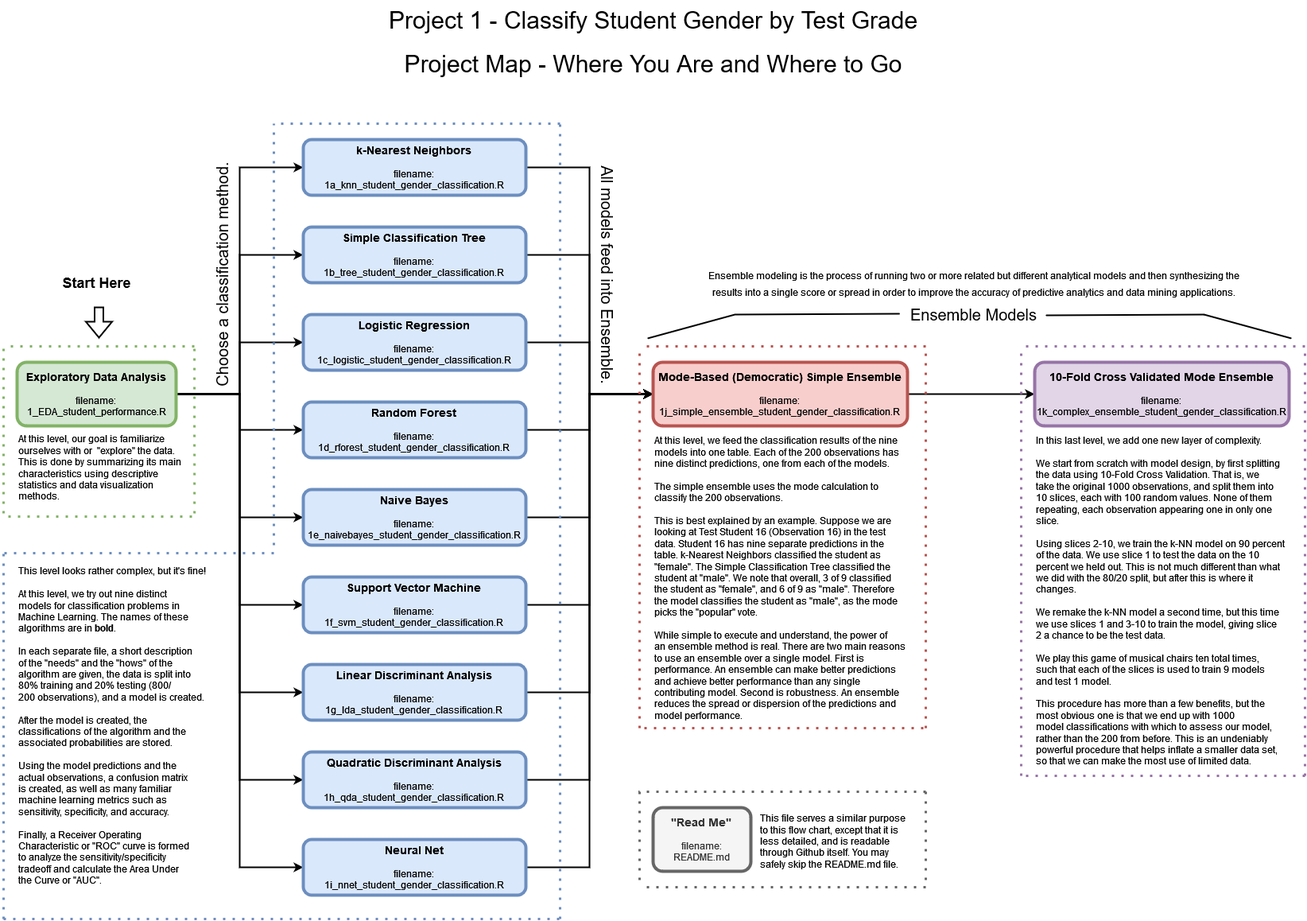
This is Project 1 - Classify Gender by Test Grade - Synthetic/Project_1.drawio.png from bstevens00/Data-Science-Portfolio, a draw.io export, as it was before one commit. Source tidied: cells renumbered, new cells last; positions are measured from the earlier drawing's top-left corner, leaving out a move shared by most shapes.
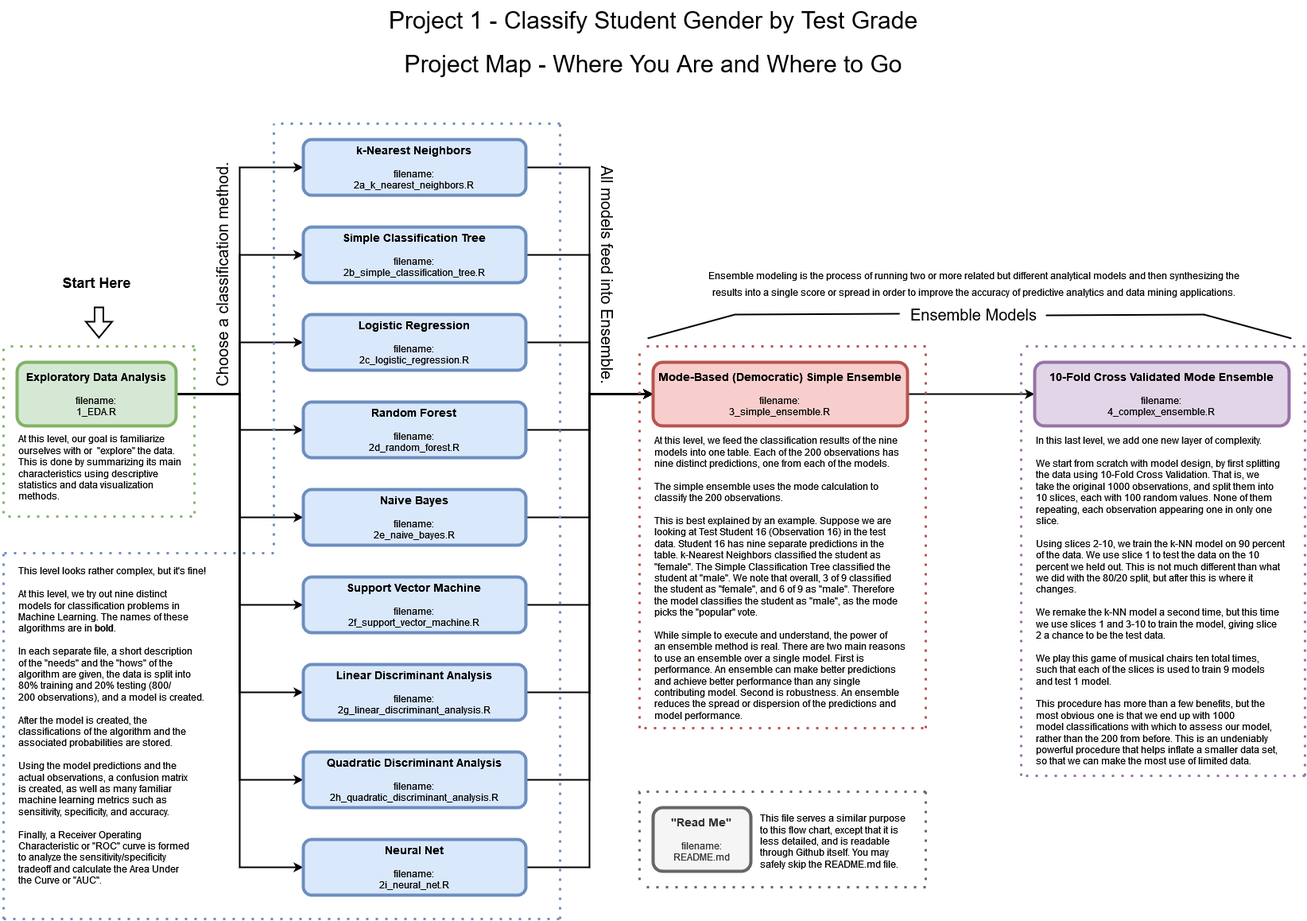
The same file after the commit.

The edit, as a diff of the source:
```diff
@@ -35,25 +35,25 @@
     <mxCell id="12" style="edgeStyle=orthogonalEdgeStyle;rounded=0;jettySize=auto;html=1;exitX=1;exitY=0.5;exitDx=0;exitDy=0;entryX=0;entryY=0.5;entryDx=0;entryDy=0;fontSize=20;strokeWidth=2;" parent="1" edge="1" source="13" target="32">
       <mxGeometry relative="1" as="geometry" />
     </mxCell>
-    <mxCell id="13" value="&lt;div style=&quot;font-size: 12px;&quot;&gt;&lt;b&gt;&lt;font style=&quot;font-size: 14px;&quot;&gt;Exploratory Data Analysis&lt;/font&gt;&lt;/b&gt;&lt;/div&gt;&lt;div style=&quot;font-size: 12px;&quot;&gt;&lt;br&gt;&lt;/div&gt;&lt;div style=&quot;font-size: 12px;&quot;&gt;filename: &lt;br&gt;&lt;/div&gt;&lt;div style=&quot;font-size: 12px;&quot;&gt;1_EDA_student_performance.R&lt;/div&gt;" style="rounded=1;whiteSpace=wrap;html=1;fontSize=12;strokeColor=#82b366;strokeWidth=4;fillColor=#d5e8d4;" parent="1" vertex="1">
+    <mxCell id="13" value="&lt;div style=&quot;font-size: 12px;&quot;&gt;&lt;b&gt;&lt;font style=&quot;font-size: 14px;&quot;&gt;Exploratory Data Analysis&lt;/font&gt;&lt;/b&gt;&lt;/div&gt;&lt;div style=&quot;font-size: 12px;&quot;&gt;&lt;br&gt;&lt;/div&gt;&lt;div style=&quot;font-size: 12px;&quot;&gt;filename: &lt;br&gt;&lt;/div&gt;&lt;div style=&quot;font-size: 12px;&quot;&gt;1_EDA.R&lt;/div&gt;" style="rounded=1;whiteSpace=wrap;html=1;fontSize=12;strokeColor=#82b366;strokeWidth=4;fillColor=#d5e8d4;" parent="1" vertex="1">
       <mxGeometry x="20" y="455" width="200" height="80" as="geometry" />
     </mxCell>
     <mxCell id="14" style="edgeStyle=orthogonalEdgeStyle;rounded=0;jettySize=auto;html=1;exitX=1;exitY=0.5;exitDx=0;exitDy=0;entryX=0;entryY=0.5;entryDx=0;entryDy=0;fontSize=20;strokeWidth=2;" parent="1" edge="1" source="15" target="34">
       <mxGeometry relative="1" as="geometry" />
     </mxCell>
-    <mxCell id="15" value="&lt;div style=&quot;font-size: 12px;&quot;&gt;&lt;b&gt;&lt;font style=&quot;font-size: 14px;&quot;&gt;k-Nearest Neighbors&lt;br&gt;&lt;/font&gt;&lt;/b&gt;&lt;/div&gt;&lt;div style=&quot;font-size: 12px;&quot;&gt;&lt;br&gt;&lt;/div&gt;&lt;div style=&quot;font-size: 12px;&quot;&gt;filename: &lt;br&gt;&lt;/div&gt;&lt;div style=&quot;font-size: 12px;&quot;&gt;1a_knn_student_gender_classification.R&lt;br&gt;&lt;/div&gt;" style="rounded=1;whiteSpace=wrap;html=1;fontSize=12;strokeColor=#6C8EBF;strokeWidth=4;fillColor=#DAE8FC;" parent="1" vertex="1">
+    <mxCell id="15" value="&lt;div style=&quot;font-size: 12px;&quot;&gt;&lt;b&gt;&lt;font style=&quot;font-size: 14px;&quot;&gt;k-Nearest Neighbors&lt;br&gt;&lt;/font&gt;&lt;/b&gt;&lt;/div&gt;&lt;div style=&quot;font-size: 12px;&quot;&gt;&lt;br&gt;&lt;/div&gt;&lt;div style=&quot;font-size: 12px;&quot;&gt;filename: &lt;br&gt;&lt;/div&gt;&lt;div style=&quot;font-size: 12px;&quot;&gt;2a_k_nearest_neighbors.R&lt;br&gt;&lt;/div&gt;" style="rounded=1;whiteSpace=wrap;html=1;fontSize=12;strokeColor=#6C8EBF;strokeWidth=4;fillColor=#DAE8FC;" parent="1" vertex="1">
       <mxGeometry x="380" y="175" width="280" height="70" as="geometry" />
     </mxCell>
     <mxCell id="16" style="edgeStyle=orthogonalEdgeStyle;rounded=0;jettySize=auto;html=1;exitX=1;exitY=0.5;exitDx=0;exitDy=0;entryX=0;entryY=0.5;entryDx=0;entryDy=0;fontSize=20;strokeWidth=2;" parent="1" edge="1" source="17" target="34">
       <mxGeometry relative="1" as="geometry" />
     </mxCell>
-    <mxCell id="17" value="&lt;div style=&quot;font-size: 12px;&quot;&gt;&lt;b&gt;&lt;font style=&quot;font-size: 14px;&quot;&gt;Simple Classification Tree&lt;br&gt;&lt;/font&gt;&lt;/b&gt;&lt;/div&gt;&lt;div style=&quot;font-size: 12px;&quot;&gt;&lt;br&gt;&lt;/div&gt;&lt;div style=&quot;font-size: 12px;&quot;&gt;filename: &lt;br&gt;&lt;/div&gt;&lt;div style=&quot;font-size: 12px;&quot;&gt;1b_tree_student_gender_classification.R&lt;br&gt;&lt;/div&gt;" style="rounded=1;whiteSpace=wrap;html=1;fontSize=12;strokeColor=#6C8EBF;strokeWidth=4;fillColor=#DAE8FC;" parent="1" vertex="1">
+    <mxCell id="17" value="&lt;div style=&quot;font-size: 12px;&quot;&gt;&lt;b&gt;&lt;font style=&quot;font-size: 14px;&quot;&gt;Simple Classification Tree&lt;br&gt;&lt;/font&gt;&lt;/b&gt;&lt;/div&gt;&lt;div style=&quot;font-size: 12px;&quot;&gt;&lt;br&gt;&lt;/div&gt;&lt;div style=&quot;font-size: 12px;&quot;&gt;filename: &lt;br&gt;&lt;/div&gt;&lt;div style=&quot;font-size: 12px;&quot;&gt;2b_simple_classification_tree.R&lt;br&gt;&lt;/div&gt;" style="rounded=1;whiteSpace=wrap;html=1;fontSize=12;strokeColor=#6C8EBF;strokeWidth=4;fillColor=#DAE8FC;" parent="1" vertex="1">
       <mxGeometry x="380" y="285" width="280" height="70" as="geometry" />
     </mxCell>
     <mxCell id="18" style="edgeStyle=orthogonalEdgeStyle;rounded=0;jettySize=auto;html=1;exitX=1;exitY=0.5;exitDx=0;exitDy=0;fontSize=20;strokeWidth=2;" parent="1" edge="1" source="19" target="34">
       <mxGeometry relative="1" as="geometry" />
     </mxCell>
-    <mxCell id="19" value="&lt;div style=&quot;font-size: 12px;&quot;&gt;&lt;b&gt;&lt;font style=&quot;font-size: 14px;&quot;&gt;Logistic Regression&lt;br&gt;&lt;/font&gt;&lt;/b&gt;&lt;/div&gt;&lt;div style=&quot;font-size: 12px;&quot;&gt;&lt;br&gt;&lt;/div&gt;&lt;div style=&quot;font-size: 12px;&quot;&gt;filename: &lt;br&gt;&lt;/div&gt;&lt;div style=&quot;font-size: 12px;&quot;&gt;1c_logistic_student_gender_classification.R&lt;br&gt;&lt;/div&gt;" style="rounded=1;whiteSpace=wrap;html=1;fontSize=12;strokeColor=#6C8EBF;strokeWidth=4;fillColor=#DAE8FC;" parent="1" vertex="1">
+    <mxCell id="19" value="&lt;div style=&quot;font-size: 12px;&quot;&gt;&lt;b&gt;&lt;font style=&quot;font-size: 14px;&quot;&gt;Logistic Regression&lt;br&gt;&lt;/font&gt;&lt;/b&gt;&lt;/div&gt;&lt;div style=&quot;font-size: 12px;&quot;&gt;&lt;br&gt;&lt;/div&gt;&lt;div style=&quot;font-size: 12px;&quot;&gt;filename: &lt;br&gt;&lt;/div&gt;&lt;div style=&quot;font-size: 12px;&quot;&gt;2c_logistic_regression.R&lt;br&gt;&lt;/div&gt;" style="rounded=1;whiteSpace=wrap;html=1;fontSize=12;strokeColor=#6C8EBF;strokeWidth=4;fillColor=#DAE8FC;" parent="1" vertex="1">
       <mxGeometry x="380" y="395" width="280" height="70" as="geometry" />
     </mxCell>
     <mxCell id="20" style="edgeStyle=orthogonalEdgeStyle;rounded=0;jettySize=auto;html=1;exitX=1;exitY=0.5;exitDx=0;exitDy=0;fontSize=20;strokeWidth=2;" parent="1" edge="1" source="21">
@@ -65,13 +65,13 @@
         </Array>
       </mxGeometry>
     </mxCell>
-    <mxCell id="21" value="&lt;div style=&quot;font-size: 12px;&quot;&gt;&lt;b&gt;&lt;font style=&quot;font-size: 14px;&quot;&gt;Random Forest&lt;br&gt;&lt;/font&gt;&lt;/b&gt;&lt;/div&gt;&lt;div style=&quot;font-size: 12px;&quot;&gt;&lt;br&gt;&lt;/div&gt;&lt;div style=&quot;font-size: 12px;&quot;&gt;filename: &lt;br&gt;&lt;/div&gt;&lt;div style=&quot;font-size: 12px;&quot;&gt;1d_rforest_student_gender_classification.R&lt;br&gt;&lt;/div&gt;" style="rounded=1;whiteSpace=wrap;html=1;fontSize=12;strokeColor=#6C8EBF;strokeWidth=4;fillColor=#DAE8FC;" parent="1" vertex="1">
+    <mxCell id="21" value="&lt;div style=&quot;font-size: 12px;&quot;&gt;&lt;b&gt;&lt;font style=&quot;font-size: 14px;&quot;&gt;Random Forest&lt;br&gt;&lt;/font&gt;&lt;/b&gt;&lt;/div&gt;&lt;div style=&quot;font-size: 12px;&quot;&gt;&lt;br&gt;&lt;/div&gt;&lt;div style=&quot;font-size: 12px;&quot;&gt;filename: &lt;br&gt;&lt;/div&gt;&lt;div style=&quot;font-size: 12px;&quot;&gt;2d_random_forest.R&lt;br&gt;&lt;/div&gt;" style="rounded=1;whiteSpace=wrap;html=1;fontSize=12;strokeColor=#6C8EBF;strokeWidth=4;fillColor=#DAE8FC;" parent="1" vertex="1">
       <mxGeometry x="380" y="505" width="280" height="70" as="geometry" />
     </mxCell>
     <mxCell id="22" style="edgeStyle=orthogonalEdgeStyle;rounded=0;jettySize=auto;html=1;exitX=1;exitY=0.5;exitDx=0;exitDy=0;entryX=0;entryY=0.5;entryDx=0;entryDy=0;fontSize=20;strokeWidth=2;" parent="1" edge="1" source="23" target="34">
       <mxGeometry relative="1" as="geometry" />
     </mxCell>
-    <mxCell id="23" value="&lt;div style=&quot;font-size: 12px;&quot;&gt;&lt;b&gt;&lt;font style=&quot;font-size: 14px;&quot;&gt;Naive Bayes&lt;br&gt;&lt;/font&gt;&lt;/b&gt;&lt;/div&gt;&lt;div style=&quot;font-size: 12px;&quot;&gt;&lt;br&gt;&lt;/div&gt;&lt;div style=&quot;font-size: 12px;&quot;&gt;filename: &lt;br&gt;&lt;/div&gt;&lt;div style=&quot;font-size: 12px;&quot;&gt;1e_naivebayes_student_gender_classification.R&lt;br&gt;&lt;/div&gt;" style="rounded=1;whiteSpace=wrap;html=1;fontSize=12;strokeColor=#6C8EBF;strokeWidth=4;fillColor=#DAE8FC;" parent="1" vertex="1">
+    <mxCell id="23" value="&lt;div style=&quot;font-size: 12px;&quot;&gt;&lt;b&gt;&lt;font style=&quot;font-size: 14px;&quot;&gt;Naive Bayes&lt;br&gt;&lt;/font&gt;&lt;/b&gt;&lt;/div&gt;&lt;div style=&quot;font-size: 12px;&quot;&gt;&lt;br&gt;&lt;/div&gt;&lt;div style=&quot;font-size: 12px;&quot;&gt;filename: &lt;br&gt;&lt;/div&gt;&lt;div style=&quot;font-size: 12px;&quot;&gt;2e_naive_bayes.R&lt;br&gt;&lt;/div&gt;" style="rounded=1;whiteSpace=wrap;html=1;fontSize=12;strokeColor=#6C8EBF;strokeWidth=4;fillColor=#DAE8FC;" parent="1" vertex="1">
       <mxGeometry x="380" y="615" width="280" height="70" as="geometry" />
     </mxCell>
     <mxCell id="24" style="edgeStyle=orthogonalEdgeStyle;rounded=0;jettySize=auto;html=1;exitX=1;exitY=0.5;exitDx=0;exitDy=0;fontSize=20;strokeWidth=2;" parent="1" edge="1" source="25">
@@ -83,13 +83,13 @@
         </Array>
       </mxGeometry>
     </mxCell>
-    <mxCell id="25" value="&lt;div style=&quot;font-size: 12px;&quot;&gt;&lt;b&gt;&lt;font style=&quot;font-size: 14px;&quot;&gt;Support Vector Machine&lt;br&gt;&lt;/font&gt;&lt;/b&gt;&lt;/div&gt;&lt;div style=&quot;font-size: 12px;&quot;&gt;&lt;br&gt;&lt;/div&gt;&lt;div style=&quot;font-size: 12px;&quot;&gt;filename: &lt;br&gt;&lt;/div&gt;&lt;div style=&quot;font-size: 12px;&quot;&gt;1f_svm_student_gender_classification.R&lt;br&gt;&lt;/div&gt;" style="rounded=1;whiteSpace=wrap;html=1;fontSize=12;strokeColor=#6C8EBF;strokeWidth=4;fillColor=#DAE8FC;" parent="1" vertex="1">
+    <mxCell id="25" value="&lt;div style=&quot;font-size: 12px;&quot;&gt;&lt;b&gt;&lt;font style=&quot;font-size: 14px;&quot;&gt;Support Vector Machine&lt;br&gt;&lt;/font&gt;&lt;/b&gt;&lt;/div&gt;&lt;div style=&quot;font-size: 12px;&quot;&gt;&lt;br&gt;&lt;/div&gt;&lt;div style=&quot;font-size: 12px;&quot;&gt;filename: &lt;br&gt;&lt;/div&gt;&lt;div style=&quot;font-size: 12px;&quot;&gt;2f_support_vector_machine.R&lt;br&gt;&lt;/div&gt;" style="rounded=1;whiteSpace=wrap;html=1;fontSize=12;strokeColor=#6C8EBF;strokeWidth=4;fillColor=#DAE8FC;" parent="1" vertex="1">
       <mxGeometry x="380" y="725" width="280" height="70" as="geometry" />
     </mxCell>
     <mxCell id="26" style="edgeStyle=orthogonalEdgeStyle;rounded=0;jettySize=auto;html=1;exitX=1;exitY=0.5;exitDx=0;exitDy=0;entryX=0;entryY=0.5;entryDx=0;entryDy=0;fontSize=20;strokeWidth=2;" parent="1" edge="1" source="27" target="34">
       <mxGeometry relative="1" as="geometry" />
     </mxCell>
-    <mxCell id="27" value="&lt;div style=&quot;font-size: 12px;&quot;&gt;&lt;b&gt;&lt;font style=&quot;font-size: 14px;&quot;&gt;Linear Discriminant Analysis&lt;br&gt;&lt;/font&gt;&lt;/b&gt;&lt;/div&gt;&lt;div style=&quot;font-size: 12px;&quot;&gt;&lt;br&gt;&lt;/div&gt;&lt;div style=&quot;font-size: 12px;&quot;&gt;filename: &lt;br&gt;&lt;/div&gt;&lt;div style=&quot;font-size: 12px;&quot;&gt;1g_lda_student_gender_classification.R&lt;br&gt;&lt;/div&gt;" style="rounded=1;whiteSpace=wrap;html=1;fontSize=12;strokeColor=#6C8EBF;strokeWidth=4;fillColor=#DAE8FC;" parent="1" vertex="1">
+    <mxCell id="27" value="&lt;div style=&quot;font-size: 12px;&quot;&gt;&lt;b&gt;&lt;font style=&quot;font-size: 14px;&quot;&gt;Linear Discriminant Analysis&lt;br&gt;&lt;/font&gt;&lt;/b&gt;&lt;/div&gt;&lt;div style=&quot;font-size: 12px;&quot;&gt;&lt;br&gt;&lt;/div&gt;&lt;div style=&quot;font-size: 12px;&quot;&gt;filename: &lt;br&gt;&lt;/div&gt;&lt;div style=&quot;font-size: 12px;&quot;&gt;2g_linear_discriminant_analysis.R&lt;br&gt;&lt;/div&gt;" style="rounded=1;whiteSpace=wrap;html=1;fontSize=12;strokeColor=#6C8EBF;strokeWidth=4;fillColor=#DAE8FC;" parent="1" vertex="1">
       <mxGeometry x="380" y="835" width="280" height="70" as="geometry" />
     </mxCell>
     <mxCell id="28" style="edgeStyle=orthogonalEdgeStyle;rounded=0;jettySize=auto;html=1;exitX=1;exitY=0.5;exitDx=0;exitDy=0;fontSize=20;strokeWidth=2;" parent="1" edge="1" source="29">
@@ -101,7 +101,7 @@
         </Array>
       </mxGeometry>
     </mxCell>
-    <mxCell id="29" value="&lt;div style=&quot;font-size: 12px;&quot;&gt;&lt;b&gt;&lt;font style=&quot;font-size: 14px;&quot;&gt;Quadratic Discriminant Analysis&lt;br&gt;&lt;/font&gt;&lt;/b&gt;&lt;/div&gt;&lt;div style=&quot;font-size: 12px;&quot;&gt;&lt;br&gt;&lt;/div&gt;&lt;div style=&quot;font-size: 12px;&quot;&gt;filename: &lt;br&gt;&lt;/div&gt;&lt;div style=&quot;font-size: 12px;&quot;&gt;1h_qda_student_gender_classification.R&lt;br&gt;&lt;/div&gt;" style="rounded=1;whiteSpace=wrap;html=1;fontSize=12;strokeColor=#6C8EBF;strokeWidth=4;fillColor=#DAE8FC;" parent="1" vertex="1">
+    <mxCell id="29" value="&lt;div style=&quot;font-size: 12px;&quot;&gt;&lt;b&gt;&lt;font style=&quot;font-size: 14px;&quot;&gt;Quadratic Discriminant Analysis&lt;br&gt;&lt;/font&gt;&lt;/b&gt;&lt;/div&gt;&lt;div style=&quot;font-size: 12px;&quot;&gt;&lt;br&gt;&lt;/div&gt;&lt;div style=&quot;font-size: 12px;&quot;&gt;filename: &lt;br&gt;&lt;/div&gt;&lt;div style=&quot;font-size: 12px;&quot;&gt;2h_quadratic_discriminant_analysis.R&lt;br&gt;&lt;/div&gt;" style="rounded=1;whiteSpace=wrap;html=1;fontSize=12;strokeColor=#6C8EBF;strokeWidth=4;fillColor=#DAE8FC;" parent="1" vertex="1">
       <mxGeometry x="380" y="945" width="280" height="70" as="geometry" />
     </mxCell>
     <mxCell id="30" style="edgeStyle=orthogonalEdgeStyle;rounded=0;orthogonalLoop=1;jettySize=auto;html=1;exitX=0.5;exitY=1;exitDx=0;exitDy=0;fontSize=14;" parent="1" edge="1" source="19" target="19">
@@ -110,16 +110,16 @@
     <mxCell id="31" style="edgeStyle=orthogonalEdgeStyle;rounded=0;jettySize=auto;html=1;exitX=1;exitY=0.5;exitDx=0;exitDy=0;entryX=0;entryY=0.5;entryDx=0;entryDy=0;fontSize=20;strokeWidth=2;" parent="1" edge="1" source="32" target="34">
       <mxGeometry relative="1" as="geometry" />
     </mxCell>
-    <mxCell id="32" value="&lt;div style=&quot;font-size: 12px;&quot;&gt;&lt;b&gt;&lt;font style=&quot;font-size: 14px;&quot;&gt;Neural Net&lt;br&gt;&lt;/font&gt;&lt;/b&gt;&lt;/div&gt;&lt;div style=&quot;font-size: 12px;&quot;&gt;&lt;br&gt;&lt;/div&gt;&lt;div style=&quot;font-size: 12px;&quot;&gt;filename: &lt;br&gt;&lt;/div&gt;&lt;div style=&quot;font-size: 12px;&quot;&gt;1i_nnet_student_gender_classification.R&lt;br&gt;&lt;/div&gt;" style="rounded=1;whiteSpace=wrap;html=1;fontSize=12;strokeColor=#6C8EBF;strokeWidth=4;fillColor=#DAE8FC;" parent="1" vertex="1">
+    <mxCell id="32" value="&lt;div style=&quot;font-size: 12px;&quot;&gt;&lt;b&gt;&lt;font style=&quot;font-size: 14px;&quot;&gt;Neural Net&lt;br&gt;&lt;/font&gt;&lt;/b&gt;&lt;/div&gt;&lt;div style=&quot;font-size: 12px;&quot;&gt;&lt;br&gt;&lt;/div&gt;&lt;div style=&quot;font-size: 12px;&quot;&gt;filename: &lt;br&gt;&lt;/div&gt;&lt;div style=&quot;font-size: 12px;&quot;&gt;2i_neural_net.R&lt;br&gt;&lt;/div&gt;" style="rounded=1;whiteSpace=wrap;html=1;fontSize=12;strokeColor=#6C8EBF;strokeWidth=4;fillColor=#DAE8FC;" parent="1" vertex="1">
       <mxGeometry x="380" y="1055" width="280" height="70" as="geometry" />
     </mxCell>
     <mxCell id="33" style="edgeStyle=orthogonalEdgeStyle;rounded=0;jettySize=auto;html=1;exitX=1;exitY=0.5;exitDx=0;exitDy=0;entryX=0;entryY=0.5;entryDx=0;entryDy=0;fontSize=20;strokeWidth=2;" parent="1" edge="1" source="34" target="35">
       <mxGeometry relative="1" as="geometry" />
     </mxCell>
-    <mxCell id="34" value="&lt;div style=&quot;font-size: 12px;&quot;&gt;&lt;b&gt;&lt;font style=&quot;font-size: 14px;&quot;&gt;Mode-Based (Democratic) Simple Ensemble&lt;br&gt;&lt;/font&gt;&lt;/b&gt;&lt;/div&gt;&lt;div style=&quot;font-size: 12px;&quot;&gt;&lt;br&gt;&lt;/div&gt;&lt;div style=&quot;font-size: 12px;&quot;&gt;filename: &lt;br&gt;&lt;/div&gt;&lt;div style=&quot;font-size: 12px;&quot;&gt;1j_simple_ensemble_student_gender_classification.R&lt;br&gt;&lt;/div&gt;" style="rounded=1;whiteSpace=wrap;html=1;fontSize=12;strokeColor=#b85450;strokeWidth=4;fillColor=#f8cecc;" parent="1" vertex="1">
+    <mxCell id="34" value="&lt;div style=&quot;font-size: 12px;&quot;&gt;&lt;b&gt;&lt;font style=&quot;font-size: 14px;&quot;&gt;Mode-Based (Democratic) Simple Ensemble&lt;br&gt;&lt;/font&gt;&lt;/b&gt;&lt;/div&gt;&lt;div style=&quot;font-size: 12px;&quot;&gt;&lt;br&gt;&lt;/div&gt;&lt;div style=&quot;font-size: 12px;&quot;&gt;filename: &lt;br&gt;&lt;/div&gt;&lt;div style=&quot;font-size: 12px;&quot;&gt;3_simple_ensemble.R&lt;br&gt;&lt;/div&gt;" style="rounded=1;whiteSpace=wrap;html=1;fontSize=12;strokeColor=#b85450;strokeWidth=4;fillColor=#f8cecc;" parent="1" vertex="1">
       <mxGeometry x="820" y="455" width="320" height="80" as="geometry" />
     </mxCell>
-    <mxCell id="35" value="&lt;div style=&quot;font-size: 12px;&quot;&gt;&lt;b&gt;&lt;font style=&quot;font-size: 14px;&quot;&gt;10-Fold Cross Validated Mode Ensemble&lt;br&gt;&lt;/font&gt;&lt;/b&gt;&lt;/div&gt;&lt;div style=&quot;font-size: 12px;&quot;&gt;&lt;br&gt;&lt;/div&gt;&lt;div style=&quot;font-size: 12px;&quot;&gt;filename: &lt;br&gt;&lt;/div&gt;&lt;div style=&quot;font-size: 12px;&quot;&gt;1k_complex_ensemble_student_gender_classification.R&lt;br&gt;&lt;/div&gt;" style="rounded=1;whiteSpace=wrap;html=1;fontSize=12;strokeColor=#9673a6;strokeWidth=4;fillColor=#e1d5e7;" parent="1" vertex="1">
+    <mxCell id="35" value="&lt;div style=&quot;font-size: 12px;&quot;&gt;&lt;b&gt;&lt;font style=&quot;font-size: 14px;&quot;&gt;10-Fold Cross Validated Mode Ensemble&lt;br&gt;&lt;/font&gt;&lt;/b&gt;&lt;/div&gt;&lt;div style=&quot;font-size: 12px;&quot;&gt;&lt;br&gt;&lt;/div&gt;&lt;div style=&quot;font-size: 12px;&quot;&gt;filename: &lt;br&gt;&lt;/div&gt;&lt;div style=&quot;font-size: 12px;&quot;&gt;4_complex_ensemble.R&lt;br&gt;&lt;/div&gt;" style="rounded=1;whiteSpace=wrap;html=1;fontSize=12;strokeColor=#9673a6;strokeWidth=4;fillColor=#e1d5e7;" parent="1" vertex="1">
       <mxGeometry x="1300" y="455" width="320" height="80" as="geometry" />
     </mxCell>
     <mxCell id="36" value="Choose a classification method." style="text;html=1;align=center;verticalAlign=middle;strokeColor=none;fillColor=none;fontSize=20;rotation=-90;" parent="1" vertex="1">
```
